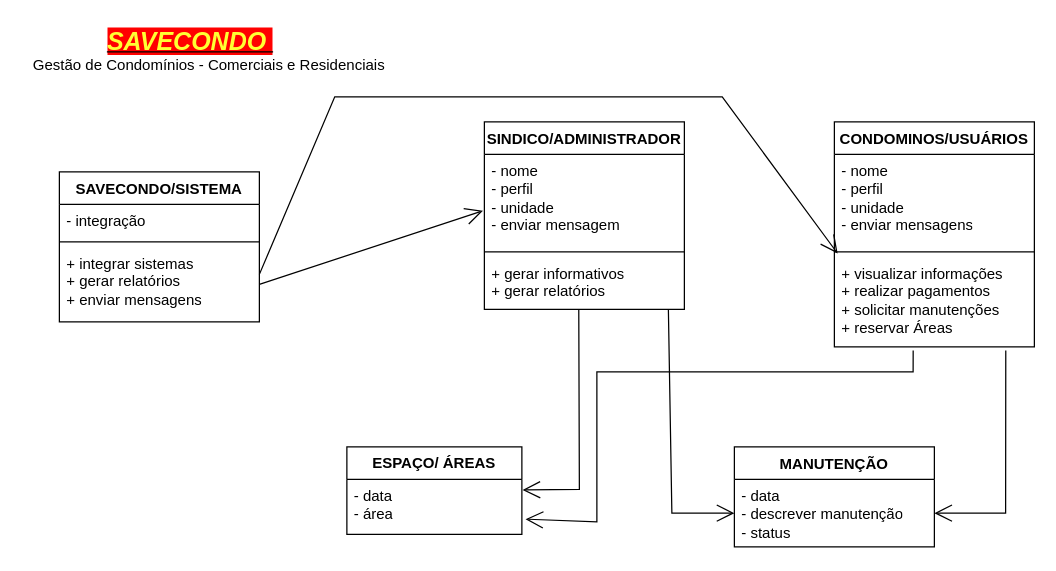
The draw.io diagram Diagrama sem nome.drawio in JORGEMELO21/projeto_SAVECONDO, before the edit. Source tidied: cells renumbered, new cells numbered last; positions are measured from the earlier drawing's top-left corner, leaving out a move shared by most shapes. Both pictures are drawn from the tidied source at 125%, with x=0, y=0 at pixel (21, 21).
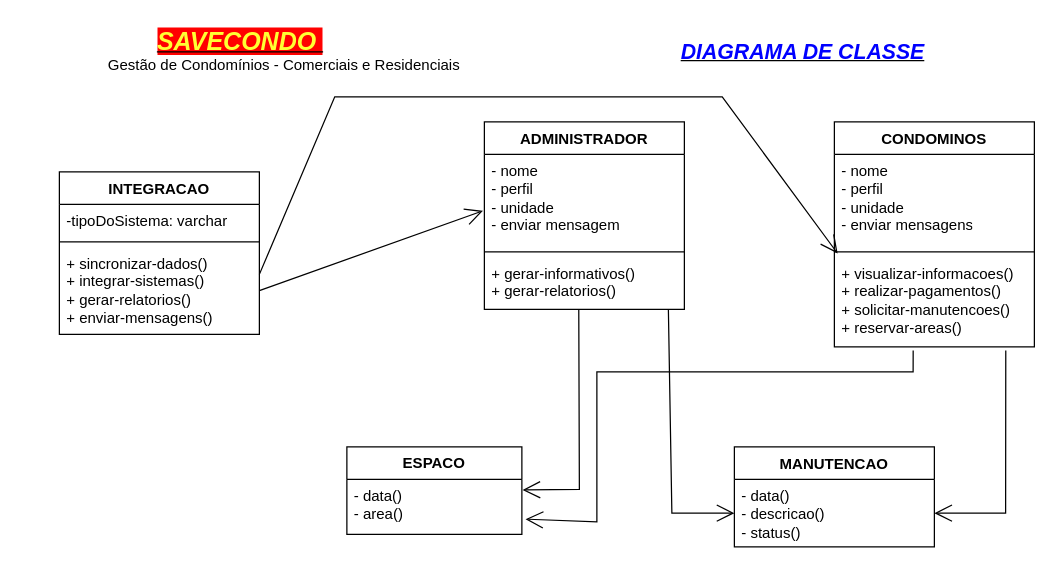
The same diagram, later.

Change to the diagram source:
```diff
@@
-    <mxCell id="2" value="SINDICO/ADMINISTRADOR" style="swimlane;fontStyle=1;align=center;verticalAlign=top;horizontal=1;startSize=26;whiteSpace=wrap;html=1;" parent="1" vertex="1">
+    <mxCell id="2" value="ADMINISTRADOR" style="swimlane;fontStyle=1;align=center;verticalAlign=top;horizontal=1;startSize=26;whiteSpace=wrap;html=1;" parent="1" vertex="1">
       <mxGeometry x="370" y="80" width="160" height="150" as="geometry" />
     </mxCell>
@@
-    <mxCell id="5" value="+ gerar informativos&lt;br&gt;+ gerar relatórios" style="text;strokeColor=none;fillColor=none;align=left;verticalAlign=top;spacingLeft=4;spacingRight=4;overflow=hidden;points=[[0,0.5],[1,0.5]];portConstraint=eastwest;whiteSpace=wrap;html=1;" parent="2" vertex="1">
+    <mxCell id="5" value="+ gerar-informativos()&lt;br&gt;+ gerar-relatorios()" style="text;strokeColor=none;fillColor=none;align=left;verticalAlign=top;spacingLeft=4;spacingRight=4;overflow=hidden;points=[[0,0.5],[1,0.5]];portConstraint=eastwest;whiteSpace=wrap;html=1;" parent="2" vertex="1">
       <mxGeometry y="108" width="160" height="42" as="geometry" />
     </mxCell>
-    <mxCell id="6" value="SAVECONDO/SISTEMA" style="swimlane;fontStyle=1;align=center;verticalAlign=top;horizontal=1;startSize=26;whiteSpace=wrap;html=1;" parent="1" vertex="1">
-      <mxGeometry x="30" y="120" width="160" height="120" as="geometry" />
+    <mxCell id="6" value="INTEGRACAO" style="swimlane;fontStyle=1;align=center;verticalAlign=top;horizontal=1;startSize=26;whiteSpace=wrap;html=1;" parent="1" vertex="1">
+      <mxGeometry x="30" y="120" width="160" height="130" as="geometry" />
     </mxCell>
-    <mxCell id="7" value="- integração" style="text;strokeColor=none;fillColor=none;align=left;verticalAlign=top;spacingLeft=4;spacingRight=4;overflow=hidden;whiteSpace=wrap;html=1;" parent="6" vertex="1">
+    <mxCell id="7" value="-tipoDoSistema: varchar" style="text;strokeColor=none;fillColor=none;align=left;verticalAlign=top;spacingLeft=4;spacingRight=4;overflow=hidden;whiteSpace=wrap;html=1;" parent="6" vertex="1">
       <mxGeometry y="26" width="160" height="26" as="geometry" />
     </mxCell>
@@
-    <mxCell id="9" value="+ integrar sistemas&lt;br&gt;+ gerar relatórios&lt;br&gt;+ enviar mensagens" style="text;strokeColor=none;fillColor=none;align=left;verticalAlign=top;spacingLeft=4;spacingRight=4;overflow=hidden;points=[[0,0.5],[1,0.5]];portConstraint=eastwest;whiteSpace=wrap;html=1;" parent="6" vertex="1">
-      <mxGeometry y="60" width="160" height="60" as="geometry" />
+    <mxCell id="9" value="+ sincronizar-dados()&lt;br&gt;+ integrar-sistemas()&lt;br&gt;+ gerar-relatorios()&lt;br&gt;+ enviar-mensagens()" style="text;strokeColor=none;fillColor=none;align=left;verticalAlign=top;spacingLeft=4;spacingRight=4;overflow=hidden;points=[[0,0.5],[1,0.5]];portConstraint=eastwest;whiteSpace=wrap;html=1;" parent="6" vertex="1">
+      <mxGeometry y="60" width="160" height="70" as="geometry" />
     </mxCell>
-    <mxCell id="10" value="CONDOMINOS/USUÁRIOS" style="swimlane;fontStyle=1;align=center;verticalAlign=top;horizontal=1;startSize=26;whiteSpace=wrap;html=1;" parent="1" vertex="1">
+    <mxCell id="10" value="CONDOMINOS" style="swimlane;fontStyle=1;align=center;verticalAlign=top;horizontal=1;startSize=26;whiteSpace=wrap;html=1;" parent="1" vertex="1">
       <mxGeometry x="650" y="80" width="160" height="180" as="geometry" />
     </mxCell>
@@
-    <mxCell id="13" value="+ visualizar informações&lt;br&gt;+ realizar pagamentos&lt;br&gt;+ solicitar manutenções&lt;br&gt;+ reservar Áreas" style="text;strokeColor=none;fillColor=none;align=left;verticalAlign=top;spacingLeft=4;spacingRight=4;overflow=hidden;points=[[0,0.5],[1,0.5]];portConstraint=eastwest;whiteSpace=wrap;html=1;" parent="10" vertex="1">
+    <mxCell id="13" value="+ visualizar-informacoes()&lt;br&gt;+ realizar-pagamentos()&lt;br&gt;+ solicitar-manutencoes()&lt;br&gt;+ reservar-areas()" style="text;strokeColor=none;fillColor=none;align=left;verticalAlign=top;spacingLeft=4;spacingRight=4;overflow=hidden;points=[[0,0.5],[1,0.5]];portConstraint=eastwest;whiteSpace=wrap;html=1;" parent="10" vertex="1">
       <mxGeometry y="108" width="160" height="72" as="geometry" />
     </mxCell>
-    <mxCell id="14" value="MANUTENÇÃO" style="swimlane;fontStyle=1;align=center;verticalAlign=top;horizontal=1;startSize=26;whiteSpace=wrap;html=1;" parent="1" vertex="1">
+    <mxCell id="14" value="MANUTENCAO" style="swimlane;fontStyle=1;align=center;verticalAlign=top;horizontal=1;startSize=26;whiteSpace=wrap;html=1;" parent="1" vertex="1">
       <mxGeometry x="570" y="340" width="160" height="80" as="geometry" />
     </mxCell>
-    <mxCell id="15" value="- data&lt;br&gt;- descrever manutenção&lt;br&gt;- status&lt;br&gt;" style="text;strokeColor=none;fillColor=none;align=left;verticalAlign=top;spacingLeft=4;spacingRight=4;overflow=hidden;points=[[0,0.5],[1,0.5]];portConstraint=eastwest;whiteSpace=wrap;html=1;" parent="14" vertex="1">
+    <mxCell id="15" value="- data()&lt;br&gt;- descricao()&lt;br&gt;- status()" style="text;strokeColor=none;fillColor=none;align=left;verticalAlign=top;spacingLeft=4;spacingRight=4;overflow=hidden;points=[[0,0.5],[1,0.5]];portConstraint=eastwest;whiteSpace=wrap;html=1;" parent="14" vertex="1">
       <mxGeometry y="26" width="160" height="54" as="geometry" />
     </mxCell>
-    <mxCell id="16" value="&lt;b&gt;ESPAÇO/ ÁREAS&lt;/b&gt;" style="swimlane;fontStyle=0;horizontal=1;startSize=26;fillColor=none;whiteSpace=wrap;html=1;" parent="1" vertex="1">
+    <mxCell id="16" value="&lt;b&gt;ESPACO&lt;/b&gt;" style="swimlane;fontStyle=0;horizontal=1;startSize=26;fillColor=none;whiteSpace=wrap;html=1;" parent="1" vertex="1">
       <mxGeometry x="260" y="340" width="140" height="70" as="geometry" />
     </mxCell>
-    <mxCell id="17" value="- data&lt;br&gt;- área" style="text;strokeColor=none;fillColor=none;align=left;verticalAlign=top;spacingLeft=4;spacingRight=4;overflow=hidden;points=[[0,0.5],[1,0.5]];portConstraint=eastwest;whiteSpace=wrap;html=1;" parent="16" vertex="1">
+    <mxCell id="17" value="- data()&lt;br&gt;- area()" style="text;strokeColor=none;fillColor=none;align=left;verticalAlign=top;spacingLeft=4;spacingRight=4;overflow=hidden;points=[[0,0.5],[1,0.5]];portConstraint=eastwest;whiteSpace=wrap;html=1;" parent="16" vertex="1">
       <mxGeometry y="26" width="140" height="44" as="geometry" />
     </mxCell>
@@
     <mxCell id="24" value="&lt;b&gt;&lt;i&gt;&lt;u&gt;&lt;font color=&quot;#ffff33&quot; style=&quot;font-size: 20px; background-color: rgb(255, 0, 0);&quot;&gt;SAVECONDO&amp;nbsp;&lt;/font&gt;&lt;/u&gt;&lt;/i&gt;&lt;/b&gt;" style="text;html=1;strokeColor=none;fillColor=none;align=center;verticalAlign=middle;whiteSpace=wrap;rounded=0;" parent="1" vertex="1">
-      <mxGeometry x="60" width="150" height="30" as="geometry" />
+      <mxGeometry x="100" width="150" height="30" as="geometry" />
     </mxCell>
     <mxCell id="25" value="Gestão de Condomínios - Comerciais e Residenciais" style="text;html=1;strokeColor=none;fillColor=none;align=center;verticalAlign=middle;whiteSpace=wrap;rounded=0;" parent="1" vertex="1">
-      <mxGeometry y="20" width="300" height="30" as="geometry" />
+      <mxGeometry x="60" y="20" width="300" height="30" as="geometry" />
     </mxCell>
+    <mxCell id="26" value="&lt;b&gt;&lt;u&gt;&lt;i&gt;&lt;font color=&quot;#0000ff&quot; style=&quot;font-size: 17px;&quot;&gt;DIAGRAMA DE CLASSE&lt;/font&gt;&lt;/i&gt;&lt;/u&gt;&lt;/b&gt;" style="text;html=1;strokeColor=none;fillColor=none;align=center;verticalAlign=middle;whiteSpace=wrap;rounded=0;" parent="1" vertex="1">
+      <mxGeometry x="450" y="10" width="350" height="30" as="geometry" />
+    </mxCell>
```
